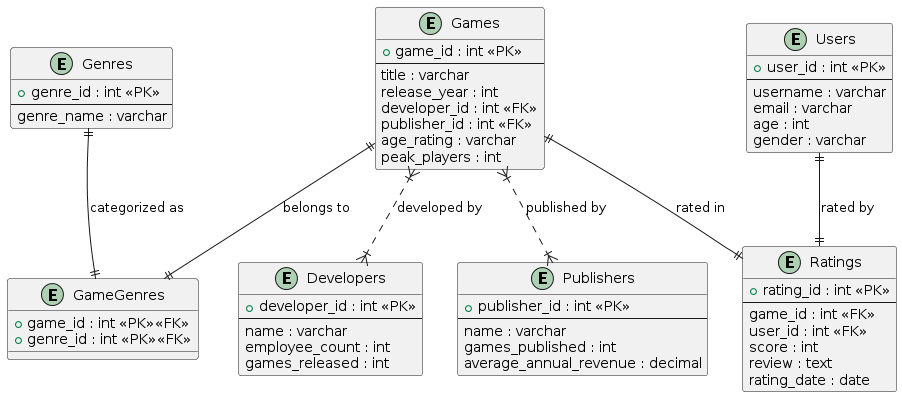
Krollbotid/Mephi_42_Databases keeps this PlantUML diagram as ERD.png. Above is the earlier version. The source it was exported from:
```plantuml
@startuml
entity "Games" as games {
    +game_id : int <<PK>>
    --
    title : varchar
    release_year : int
    developer_id : int <<FK>>
    publisher_id : int <<FK>>
    age_rating : varchar
    peak_players : int
}

entity "Developers" as developers {
    +developer_id : int <<PK>>
    --
    name : varchar
    employee_count : int
    games_released : int
}

entity "Publishers" as publishers {
    +publisher_id : int <<PK>>
    --
    name : varchar
    games_published : int
    average_annual_revenue : decimal
}

entity "Genres" as genres {
    +genre_id : int <<PK>>
    --
    genre_name : varchar
}

entity "GameGenres" as game_genres {
    +game_id : int <<PK>><<FK>>
    +genre_id : int <<PK>><<FK>>
}

entity "Users" as users {
    +user_id : int <<PK>>
    --
    username : varchar
    email : varchar
    age : int
    gender : varchar
}

entity "Ratings" as ratings {
    +rating_id : int <<PK>>
    --
    game_id : int <<FK>>
    user_id : int <<FK>>
    score : int
    review : text
    rating_date : date
}

games }|..|{ developers : "developed by"
games }|..|{ publishers : "published by"
games ||--|| game_genres : "belongs to"
genres ||--|| game_genres : "categorized as"
games ||--|| ratings : "rated in"
users ||--|| ratings : "rated by"
@enduml
```
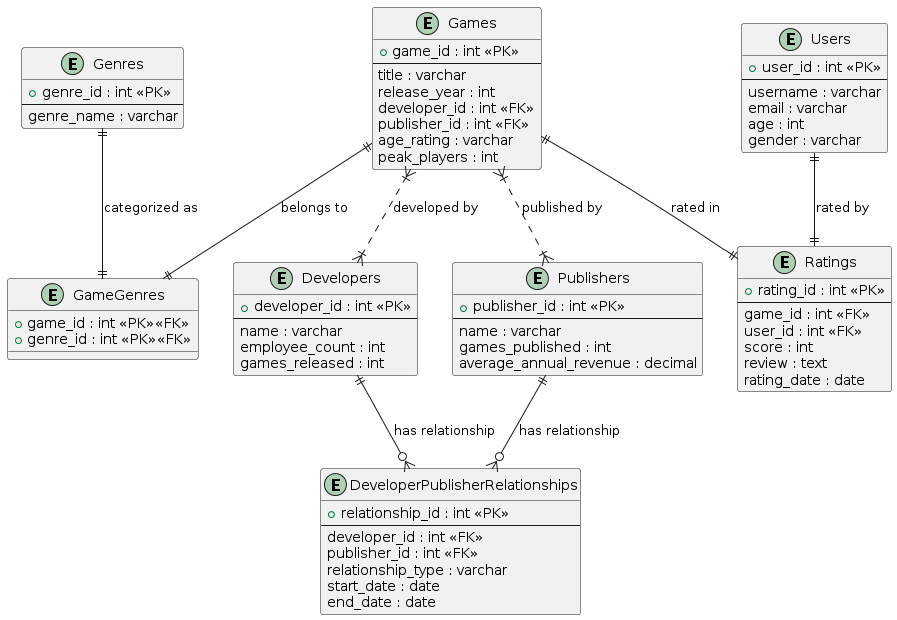
Later version of the same file.

What changed in the source:
```diff
@@ -56,10 +56,22 @@
     rating_date : date
 }
 
+entity "DeveloperPublisherRelationships" as developer_publisher_relationships {
+    +relationship_id : int <<PK>>
+    --
+    developer_id : int <<FK>>
+    publisher_id : int <<FK>>
+    relationship_type : varchar
+    start_date : date
+    end_date : date
+}
+
 games }|..|{ developers : "developed by"
 games }|..|{ publishers : "published by"
 games ||--|| game_genres : "belongs to"
 genres ||--|| game_genres : "categorized as"
 games ||--|| ratings : "rated in"
 users ||--|| ratings : "rated by"
+developers ||--o{ developer_publisher_relationships : "has relationship"
+publishers ||--o{ developer_publisher_relationships : "has relationship"
 @enduml
```
